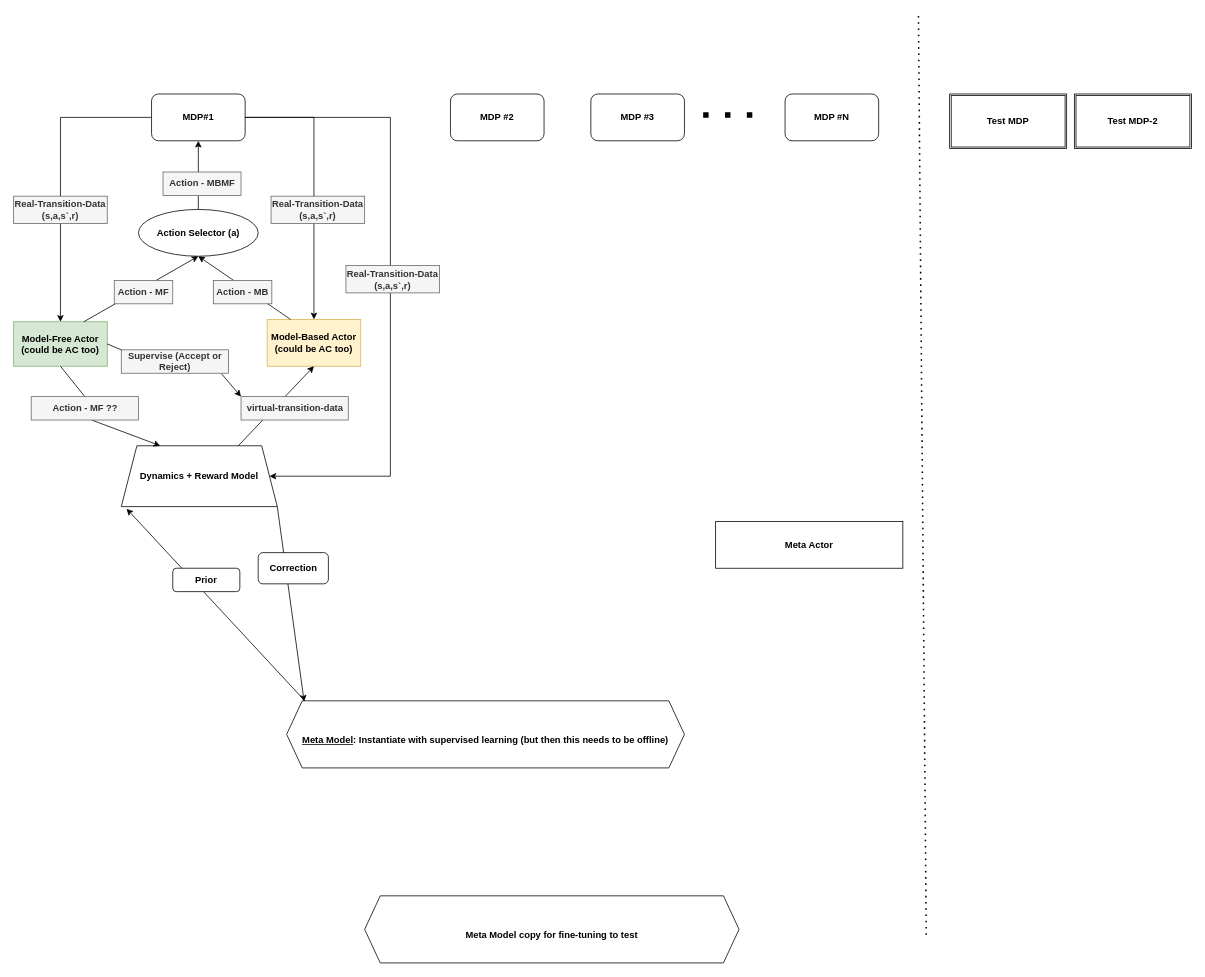
Before: Hybrid_MBMF_MetaRL.drawio in jgwak1/research_problem_frameworks, a draw.io diagram. Source tidied: cells renumbered, new cells numbered last; positions are measured from the earlier drawing's top-left corner, leaving out a move shared by most shapes. Both pictures are drawn from the tidied source at 78%, with x=0, y=0 at pixel (13, 14).
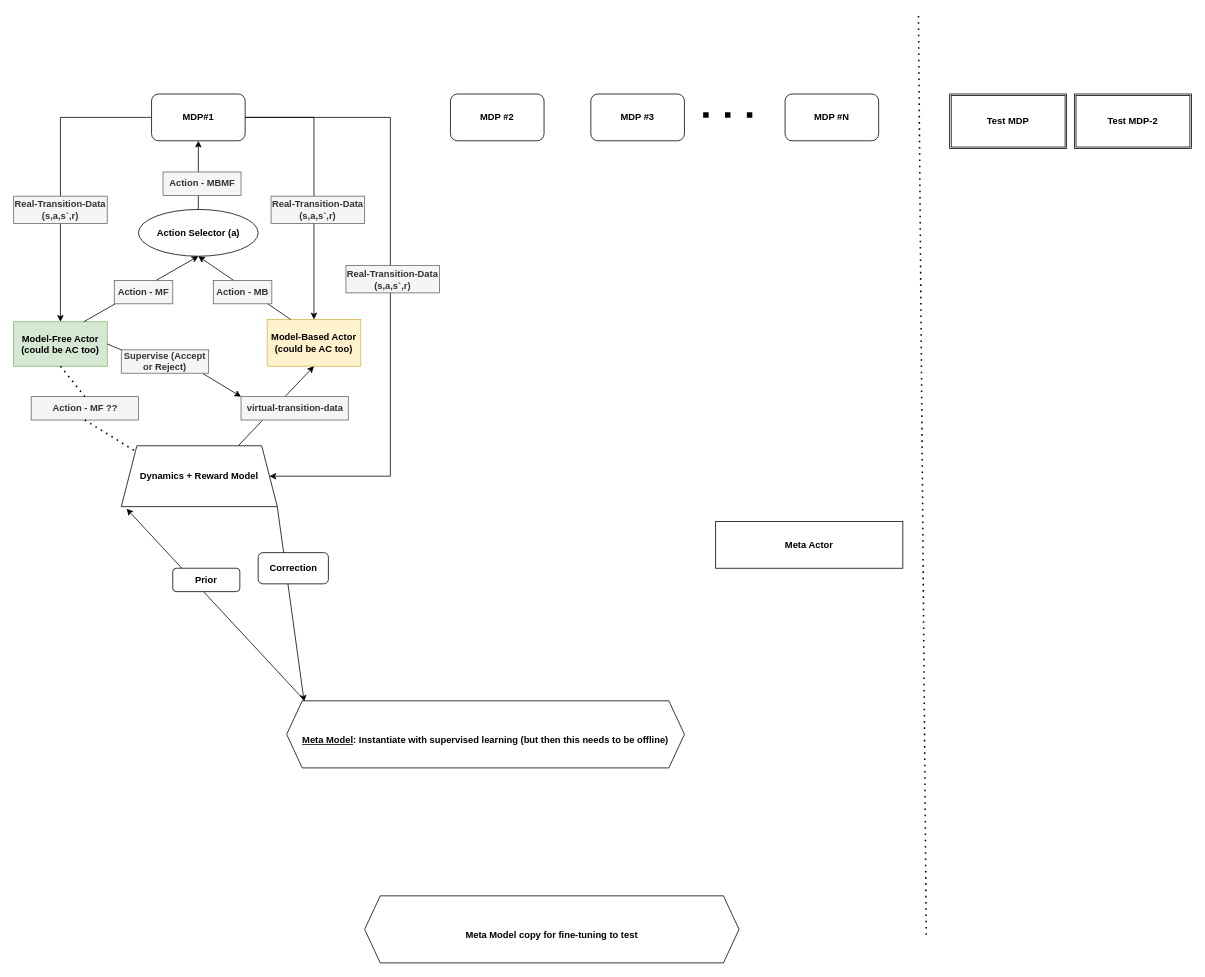
The same page after the edit.

The change refers to these unchanged cells:
```xml
<mxCell id="6" value="&lt;b&gt;Model-Free Actor&lt;br&gt;&lt;/b&gt;&lt;b&gt;(could be AC too)&lt;/b&gt;&lt;b&gt;&lt;br&gt;&lt;/b&gt;" style="rounded=0;whiteSpace=wrap;html=1;fillColor=#d5e8d4;strokeColor=#82b366;" parent="1" vertex="1">
  <mxGeometry y="394" width="120" height="57" as="geometry" />
</mxCell>
<mxCell id="8" value="&lt;b&gt;Dynamics + Reward Model&lt;/b&gt;" style="shape=trapezoid;perimeter=trapezoidPerimeter;whiteSpace=wrap;html=1;fixedSize=1;" parent="1" vertex="1">
  <mxGeometry x="138" y="553" width="200" height="78" as="geometry" />
</mxCell>
<mxCell id="37" value="&lt;b&gt;Action - MF ??&lt;/b&gt;" style="text;html=1;strokeColor=#666666;fillColor=#f5f5f5;align=center;verticalAlign=middle;whiteSpace=wrap;rounded=0;fontColor=#333333;" parent="1" vertex="1">
  <mxGeometry x="22.5" y="490" width="137.5" height="30" as="geometry" />
</mxCell>
```

The edit, as a diff of the source:
```diff
@@
-    <mxCell id="35" style="endArrow=classic;html=1;rounded=0;fontSize=48;fontColor=#FF052F;exitX=0.5;exitY=1;exitDx=0;exitDy=0;entryX=0.25;entryY=0;entryDx=0;entryDy=0;startArrow=none;" parent="1" edge="1" target="8">
-      <mxGeometry relative="1" as="geometry">
-        <mxPoint x="100" y="520" as="sourcePoint" />
-      </mxGeometry>
-    </mxCell>
-    <mxCell id="36" style="endArrow=none;html=1;rounded=0;fontSize=48;fontColor=#FF052F;exitX=0.5;exitY=1;exitDx=0;exitDy=0;entryX=0.5;entryY=0;entryDx=0;entryDy=0;" parent="1" edge="1" source="6" target="37">
-      <mxGeometry relative="1" as="geometry" />
-    </mxCell>
@@
     <mxCell id="39" value="&lt;b&gt;Supervise (Accept or Reject)&lt;/b&gt;" style="text;html=1;strokeColor=#666666;fillColor=#f5f5f5;align=center;verticalAlign=middle;whiteSpace=wrap;rounded=0;fontColor=#333333;" parent="1" vertex="1">
-      <mxGeometry x="138" y="430" width="137.5" height="30" as="geometry" />
+      <mxGeometry x="138" y="430" width="112" height="30" as="geometry" />
     </mxCell>
@@
+    <mxCell id="36" style="endArrow=none;dashed=1;html=1;dashPattern=1 3;strokeWidth=2;rounded=0;exitX=0.5;exitY=1;exitDx=0;exitDy=0;entryX=0.5;entryY=0;entryDx=0;entryDy=0;" parent="1" edge="1" source="6" target="37">
+      <mxGeometry relative="1" as="geometry" />
+    </mxCell>
+    <mxCell id="41" style="endArrow=none;dashed=1;html=1;dashPattern=1 3;strokeWidth=2;rounded=0;exitX=0.5;exitY=1;exitDx=0;exitDy=0;entryX=0;entryY=0;entryDx=0;entryDy=0;" parent="1" edge="1" source="37" target="8">
+      <mxGeometry relative="1" as="geometry" />
+    </mxCell>
```
